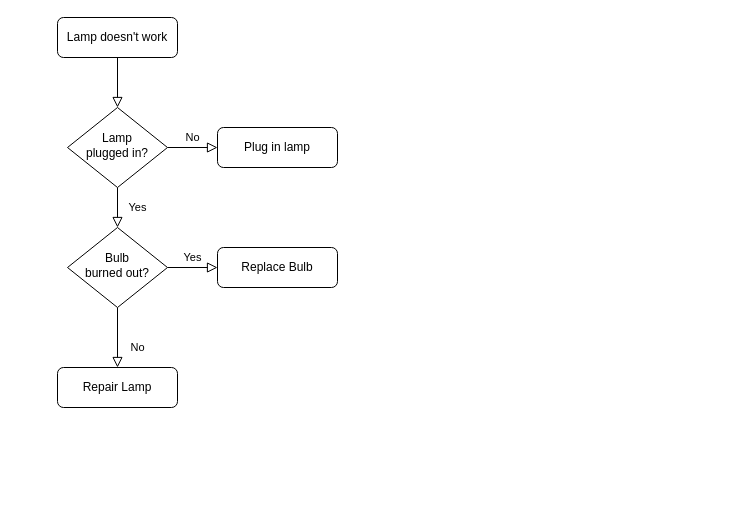
Earlier version of the draw.io diagram Untitled Diagram.drawio (engineer135/springboot-gogo). Source tidied: cells renumbered, new cells numbered last; positions are measured from the earlier drawing's top-left corner, leaving out a move shared by most shapes. Both pictures are drawn from the tidied source at 100%, with x=0, y=0 at pixel (57, 17).
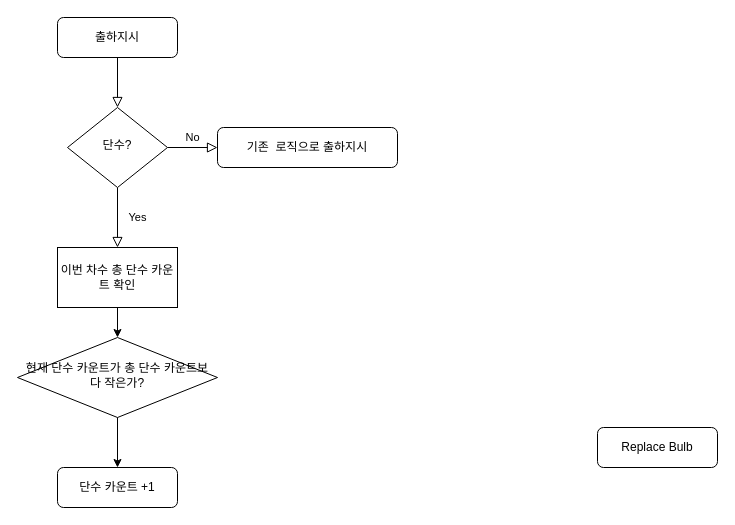
After the change.

Diff of the diagram source:
```diff
@@
 <mxGraphModel>
   <root>
     <mxCell id="0" />
     <mxCell id="1" parent="0" />
     <mxCell id="2" style="rounded=0;html=1;jettySize=auto;fontSize=11;endArrow=block;endFill=0;endSize=8;strokeWidth=1;shadow=0;labelBackgroundColor=none;edgeStyle=orthogonalEdgeStyle;" parent="1" edge="1" source="3" target="6">
       <mxGeometry relative="1" as="geometry" />
     </mxCell>
-    <mxCell id="3" value="Lamp doesn't work" style="rounded=1;whiteSpace=wrap;html=1;fontSize=12;glass=0;strokeWidth=1;shadow=0;" parent="1" vertex="1">
+    <mxCell id="3" value="출하지시" style="rounded=1;whiteSpace=wrap;html=1;fontSize=12;glass=0;strokeWidth=1;shadow=0;" parent="1" vertex="1">
       <mxGeometry width="120" height="40" as="geometry" />
     </mxCell>
-    <mxCell id="4" value="Yes" style="rounded=0;html=1;jettySize=auto;fontSize=11;endArrow=block;endFill=0;endSize=8;strokeWidth=1;shadow=0;labelBackgroundColor=none;edgeStyle=orthogonalEdgeStyle;" parent="1" edge="1" source="6" target="10">
+    <mxCell id="4" value="Yes" style="rounded=0;html=1;jettySize=auto;fontSize=11;endArrow=block;endFill=0;endSize=8;strokeWidth=1;shadow=0;labelBackgroundColor=none;edgeStyle=orthogonalEdgeStyle;" parent="1" edge="1" source="6" target="13">
       <mxGeometry y="20" relative="1" as="geometry" />
     </mxCell>
     <mxCell id="5" value="No" style="edgeStyle=orthogonalEdgeStyle;rounded=0;html=1;jettySize=auto;fontSize=11;endArrow=block;endFill=0;endSize=8;strokeWidth=1;shadow=0;labelBackgroundColor=none;" parent="1" edge="1" source="6" target="7">
       <mxGeometry y="10" relative="1" as="geometry" />
     </mxCell>
-    <mxCell id="6" value="Lamp&lt;br&gt;plugged in?" style="rhombus;whiteSpace=wrap;html=1;shadow=0;fontFamily=Helvetica;fontSize=12;align=center;strokeWidth=1;spacing=6;spacingTop=-4;" parent="1" vertex="1">
+    <mxCell id="6" value="단수?" style="rhombus;whiteSpace=wrap;html=1;shadow=0;fontFamily=Helvetica;fontSize=12;align=center;strokeWidth=1;spacing=6;spacingTop=-4;" parent="1" vertex="1">
       <mxGeometry x="10" y="90" width="100" height="80" as="geometry" />
     </mxCell>
-    <mxCell id="7" value="Plug in lamp" style="rounded=1;whiteSpace=wrap;html=1;fontSize=12;glass=0;strokeWidth=1;shadow=0;" parent="1" vertex="1">
-      <mxGeometry x="160" y="110" width="120" height="40" as="geometry" />
+    <mxCell id="7" value="기존&amp;nbsp; 로직으로 출하지시" style="rounded=1;whiteSpace=wrap;html=1;fontSize=12;glass=0;strokeWidth=1;shadow=0;" parent="1" vertex="1">
+      <mxGeometry x="160" y="110" width="180" height="40" as="geometry" />
     </mxCell>
-    <mxCell id="8" value="No" style="rounded=0;html=1;jettySize=auto;fontSize=11;endArrow=block;endFill=0;endSize=8;strokeWidth=1;shadow=0;labelBackgroundColor=none;edgeStyle=orthogonalEdgeStyle;" parent="1" edge="1" source="10" target="11">
-      <mxGeometry x="0.33" y="20" relative="1" as="geometry" />
-    </mxCell>
-    <mxCell id="9" value="Yes" style="edgeStyle=orthogonalEdgeStyle;rounded=0;html=1;jettySize=auto;fontSize=11;endArrow=block;endFill=0;endSize=8;strokeWidth=1;shadow=0;labelBackgroundColor=none;" parent="1" edge="1" source="10" target="12">
-      <mxGeometry y="10" relative="1" as="geometry" />
-    </mxCell>
-    <mxCell id="10" value="Bulb&lt;br&gt;burned out?" style="rhombus;whiteSpace=wrap;html=1;shadow=0;fontFamily=Helvetica;fontSize=12;align=center;strokeWidth=1;spacing=6;spacingTop=-4;" parent="1" vertex="1">
-      <mxGeometry x="10" y="210" width="100" height="80" as="geometry" />
+    <mxCell id="10" value="현재 단수 카운트가 총 단수 카운트보다 작은가?" style="rhombus;whiteSpace=wrap;html=1;shadow=0;fontFamily=Helvetica;fontSize=12;align=center;strokeWidth=1;spacing=6;spacingTop=-4;" parent="1" vertex="1">
+      <mxGeometry x="-40" y="320" width="200" height="80" as="geometry" />
     </mxCell>
-    <mxCell id="11" value="Repair Lamp" style="rounded=1;whiteSpace=wrap;html=1;fontSize=12;glass=0;strokeWidth=1;shadow=0;" parent="1" vertex="1">
-      <mxGeometry y="350" width="120" height="40" as="geometry" />
+    <mxCell id="11" value="단수 카운트 +1" style="rounded=1;whiteSpace=wrap;html=1;fontSize=12;glass=0;strokeWidth=1;shadow=0;" parent="1" vertex="1">
+      <mxGeometry y="450" width="120" height="40" as="geometry" />
     </mxCell>
     <mxCell id="12" value="Replace Bulb" style="rounded=1;whiteSpace=wrap;html=1;fontSize=12;glass=0;strokeWidth=1;shadow=0;" parent="1" vertex="1">
-      <mxGeometry x="160" y="230" width="120" height="40" as="geometry" />
+      <mxGeometry x="540" y="410" width="120" height="40" as="geometry" />
     </mxCell>
+    <mxCell id="13" value="이번 차수 총 단수 카운트 확인" style="rounded=0;whiteSpace=wrap;html=1;" parent="1" vertex="1">
+      <mxGeometry y="230" width="120" height="60" as="geometry" />
+    </mxCell>
+    <mxCell id="14" style="endArrow=classic;html=1;exitX=0.5;exitY=1;exitDx=0;exitDy=0;entryX=0.5;entryY=0;entryDx=0;entryDy=0;" parent="1" edge="1" source="13" target="10">
+      <mxGeometry relative="1" as="geometry" />
+    </mxCell>
+    <mxCell id="15" style="endArrow=classic;html=1;exitX=0.5;exitY=1;exitDx=0;exitDy=0;" parent="1" edge="1" source="10">
+      <mxGeometry relative="1" as="geometry">
+        <mxPoint x="60" y="450" as="targetPoint" />
+      </mxGeometry>
+    </mxCell>
   </root>
 </mxGraphModel>
```
